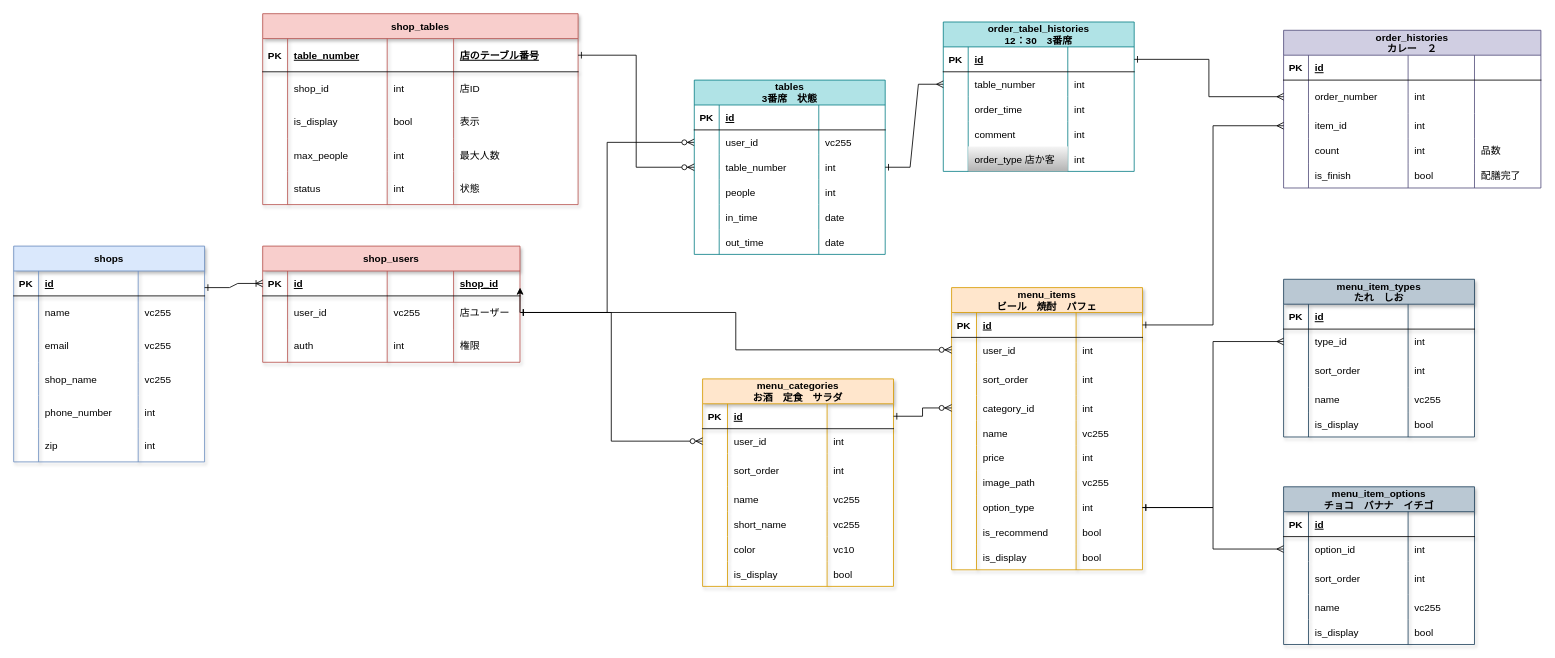
lafrin/haizen keeps this draw.io diagram as DB-ER.drawio. Above is the earlier version. Source tidied: cells renumbered, new cells numbered last; positions are measured from the earlier drawing's top-left corner, leaving out a move shared by most shapes. Both pictures are drawn from the tidied source at 83%, with x=0, y=0 at pixel (13, 13).
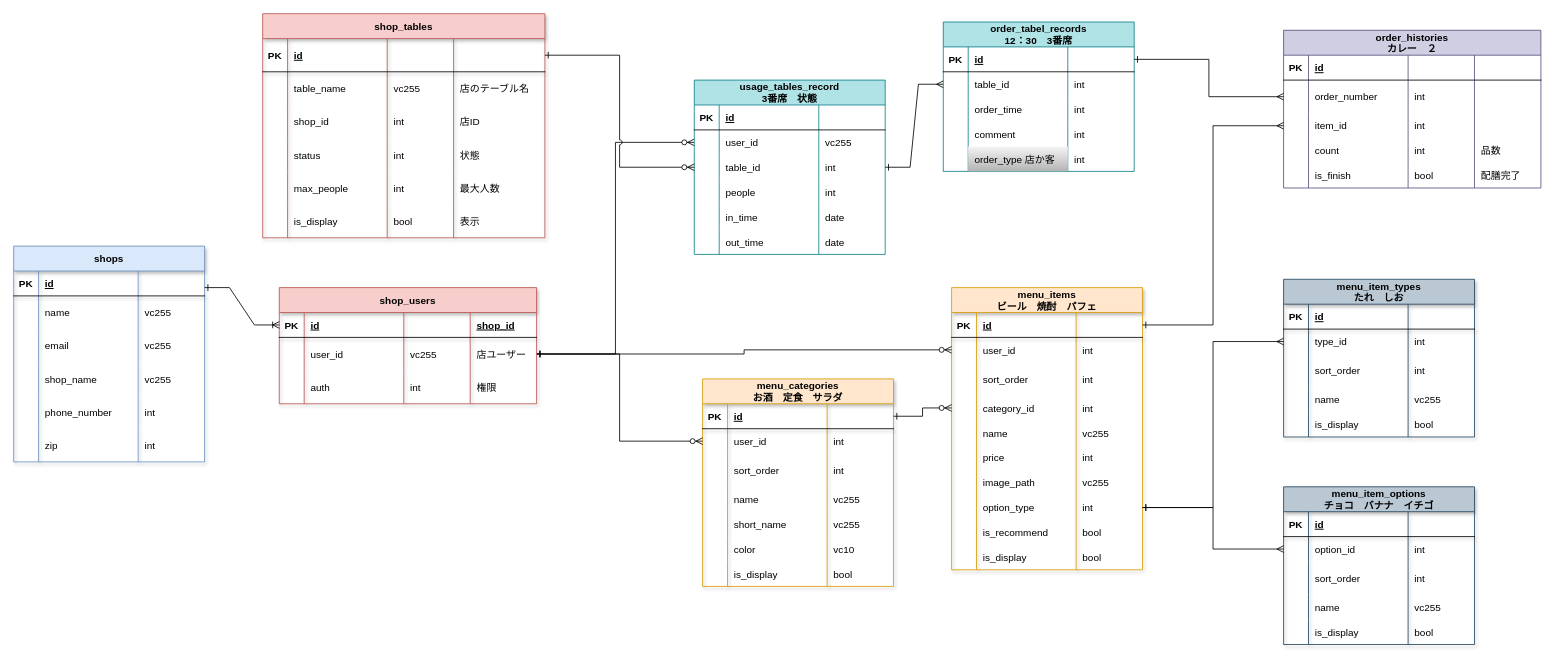
The same page after the edit.

Commit message:
DB-ER.drawio を更新します

The change refers to these unchanged cells:
```xml
<mxCell id="7" style="shape=partialRectangle;fillColor=none;points=[[0,0.5],[1,0.5]];portConstraint=eastwest;top=0;left=0;right=0;bottom=0;" parent="2" vertex="1">
  <mxGeometry y="60" width="230" height="30" as="geometry" />
</mxCell>
<mxCell id="127" style="shape=partialRectangle;fillColor=none;points=[[0,0.5],[1,0.5]];portConstraint=eastwest;top=0;left=0;right=0;bottom=0;" parent="122" vertex="1">
  <mxGeometry y="60" width="230" height="30" as="geometry" />
</mxCell>
<mxCell id="131" style="shape=partialRectangle;fillColor=none;points=[[0,0.5],[1,0.5]];portConstraint=eastwest;top=0;left=0;right=0;bottom=0;" parent="122" vertex="1">
  <mxGeometry y="90" width="230" height="30" as="geometry" />
</mxCell>
<mxCell id="226" style="shape=partialRectangle;fillColor=none;top=0;left=0;bottom=0;right=0;points=[[0,0.5],[1,0.5]];portConstraint=eastwest;shadow=1;" parent="220" vertex="1">
  <mxGeometry y="60" width="310" height="40" as="geometry" />
</mxCell>
```

Change to the diagram source:
```diff
@@
-    <mxCell id="2" value="order_tabel_histories&#10;12：30　3番席" style="shape=table;startSize=30;childLayout=tableLayout;rowLines=0;fontStyle=1;align=center;fillColor=#b0e3e6;strokeColor=#0e8088;" parent="1" vertex="1">
+    <mxCell id="2" value="order_tabel_records&#10;12：30　3番席" style="shape=table;startSize=30;childLayout=tableLayout;rowLines=0;fontStyle=1;align=center;fillColor=#b0e3e6;strokeColor=#0e8088;" parent="1" vertex="1">
       <mxGeometry x="1120" y="10" width="230" height="180" as="geometry" />
     </mxCell>
@@
-    <mxCell id="9" value="table_number" style="shape=partialRectangle;overflow=hidden;fillColor=none;top=0;left=0;bottom=0;right=0;align=left;spacingLeft=6;" parent="7" vertex="1">
+    <mxCell id="9" value="table_id" style="shape=partialRectangle;overflow=hidden;fillColor=none;top=0;left=0;bottom=0;right=0;align=left;spacingLeft=6;" parent="7" vertex="1">
       <mxGeometry x="30" width="120" height="30" as="geometry" />
     </mxCell>
@@
-    <mxCell id="121" style="edgeStyle=elbowEdgeStyle;fontSize=12;html=1;endArrow=ERzeroToMany;endFill=1;rounded=0;startArrow=ERone;startFill=0;exitX=1;exitY=0.5;exitDx=0;exitDy=0;" parent="1" edge="1" source="226" target="127">
+    <mxCell id="121" style="edgeStyle=elbowEdgeStyle;fontSize=12;html=1;endArrow=ERzeroToMany;endFill=1;rounded=0;startArrow=ERone;startFill=0;exitX=1;exitY=0.5;exitDx=0;exitDy=0;jumpStyle=arc;" parent="1" edge="1" source="226" target="127">
       <mxGeometry relative="1" as="geometry" />
     </mxCell>
-    <mxCell id="122" value="tables&#10;3番席　状態" style="shape=table;startSize=30;childLayout=tableLayout;rowLines=0;fontStyle=1;align=center;fillColor=#b0e3e6;strokeColor=#0e8088;" parent="1" vertex="1">
+    <mxCell id="122" value="usage_tables_record&#10;3番席　状態" style="shape=table;startSize=30;childLayout=tableLayout;rowLines=0;fontStyle=1;align=center;fillColor=#b0e3e6;strokeColor=#0e8088;" parent="1" vertex="1">
       <mxGeometry x="820" y="80" width="230" height="210" as="geometry" />
     </mxCell>
@@
-    <mxCell id="133" value="table_number" style="shape=partialRectangle;overflow=hidden;fillColor=none;top=0;left=0;bottom=0;right=0;align=left;spacingLeft=6;" parent="131" vertex="1">
+    <mxCell id="133" value="table_id" style="shape=partialRectangle;overflow=hidden;fillColor=none;top=0;left=0;bottom=0;right=0;align=left;spacingLeft=6;" parent="131" vertex="1">
       <mxGeometry x="30" width="120" height="30" as="geometry" />
     </mxCell>
@@
     <mxCell id="220" value="shop_users" style="shape=table;startSize=30;childLayout=tableLayout;rowLines=0;fontStyle=1;align=center;shadow=1;fillColor=#f8cecc;strokeColor=#b85450;" parent="1" vertex="1">
-      <mxGeometry x="300" y="280" width="310" height="140" as="geometry" />
+      <mxGeometry x="320" y="330" width="310" height="140" as="geometry" />
     </mxCell>
@@
-    <mxCell id="236" style="edgeStyle=orthogonalEdgeStyle;rounded=0;jettySize=auto;html=1;exitX=1;exitY=0.5;exitDx=0;exitDy=0;" parent="1" edge="1" source="226">
-      <mxGeometry relative="1" as="geometry">
-        <mxPoint x="610.1" y="330" as="targetPoint" />
-      </mxGeometry>
-    </mxCell>
@@
     <mxCell id="238" value="shop_tables" style="shape=table;startSize=30;childLayout=tableLayout;rowLines=0;fontStyle=1;align=center;shadow=1;fillColor=#f8cecc;strokeColor=#b85450;" parent="1" vertex="1">
-      <mxGeometry x="300" width="380" height="230" as="geometry" />
+      <mxGeometry x="300" width="340" height="270" as="geometry" />
     </mxCell>
     <mxCell id="239" style="shape=partialRectangle;fillColor=none;top=0;left=0;bottom=1;right=0;points=[[0,0.5],[1,0.5]];portConstraint=eastwest;shadow=1;" parent="238" vertex="1">
-      <mxGeometry y="30" width="380" height="40" as="geometry" />
+      <mxGeometry y="30" width="340" height="40" as="geometry" />
     </mxCell>
@@
-    <mxCell id="241" value="table_number" style="shape=partialRectangle;fillColor=none;top=0;left=0;bottom=0;right=0;align=left;spacingLeft=6;fontStyle=5;overflow=hidden;shadow=1;" parent="239" vertex="1">
+    <mxCell id="241" value="id" style="shape=partialRectangle;fillColor=none;top=0;left=0;bottom=0;right=0;align=left;spacingLeft=6;fontStyle=5;overflow=hidden;shadow=1;" parent="239" vertex="1">
       <mxGeometry x="30" width="120" height="40" as="geometry" />
     </mxCell>
@@
-    <mxCell id="243" value="店のテーブル番号" style="shape=partialRectangle;fillColor=none;top=0;left=0;bottom=0;right=0;align=left;spacingLeft=6;fontStyle=5;overflow=hidden;shadow=1;" parent="239" vertex="1">
-      <mxGeometry x="230" width="150" height="40" as="geometry" />
+    <mxCell id="243" style="shape=partialRectangle;fillColor=none;top=0;left=0;bottom=0;right=0;align=left;spacingLeft=6;fontStyle=5;overflow=hidden;shadow=1;" parent="239" vertex="1">
+      <mxGeometry x="230" width="110" height="40" as="geometry" />
     </mxCell>
+    <mxCell id="265" style="shape=partialRectangle;fillColor=none;top=0;left=0;bottom=0;right=0;shadow=1;" parent="238" vertex="1">
+      <mxGeometry y="70" width="340" height="40" as="geometry" />
+    </mxCell>
+    <mxCell id="266" style="shape=partialRectangle;fillColor=none;top=0;left=0;bottom=0;right=0;overflow=hidden;shadow=1;" parent="265" vertex="1">
+      <mxGeometry width="30" height="40" as="geometry" />
+    </mxCell>
+    <mxCell id="267" value="table_name" style="shape=partialRectangle;fillColor=none;top=0;left=0;bottom=0;right=0;align=left;spacingLeft=6;overflow=hidden;shadow=1;" parent="265" vertex="1">
+      <mxGeometry x="30" width="120" height="40" as="geometry" />
+    </mxCell>
+    <mxCell id="268" value="vc255" style="shape=partialRectangle;fillColor=none;top=0;left=0;bottom=0;right=0;align=left;spacingLeft=6;overflow=hidden;shadow=1;" parent="265" vertex="1">
+      <mxGeometry x="150" width="80" height="40" as="geometry" />
+    </mxCell>
+    <mxCell id="269" value="店のテーブル名" style="shape=partialRectangle;fillColor=none;top=0;left=0;bottom=0;right=0;align=left;spacingLeft=6;overflow=hidden;shadow=1;" parent="265" vertex="1">
+      <mxGeometry x="230" width="110" height="40" as="geometry" />
+    </mxCell>
     <mxCell id="244" style="shape=partialRectangle;fillColor=none;top=0;left=0;bottom=0;right=0;shadow=1;" parent="238" vertex="1">
-      <mxGeometry y="70" width="380" height="40" as="geometry" />
+      <mxGeometry y="110" width="340" height="40" as="geometry" />
     </mxCell>
@@
     <mxCell id="248" value="店ID" style="shape=partialRectangle;fillColor=none;top=0;left=0;bottom=0;right=0;align=left;spacingLeft=6;overflow=hidden;shadow=1;" parent="244" vertex="1">
-      <mxGeometry x="230" width="150" height="40" as="geometry" />
+      <mxGeometry x="230" width="110" height="40" as="geometry" />
     </mxCell>
+    <mxCell id="259" style="shape=partialRectangle;fillColor=none;top=0;left=0;bottom=0;right=0;shadow=1;" parent="238" vertex="1">
+      <mxGeometry y="150" width="340" height="40" as="geometry" />
+    </mxCell>
+    <mxCell id="260" style="shape=partialRectangle;fillColor=none;top=0;left=0;bottom=0;right=0;overflow=hidden;shadow=1;" parent="259" vertex="1">
+      <mxGeometry width="30" height="40" as="geometry" />
+    </mxCell>
+    <mxCell id="261" value="status" style="shape=partialRectangle;fillColor=none;top=0;left=0;bottom=0;right=0;align=left;spacingLeft=6;overflow=hidden;shadow=1;" parent="259" vertex="1">
+      <mxGeometry x="30" width="120" height="40" as="geometry" />
+    </mxCell>
+    <mxCell id="262" value="int" style="shape=partialRectangle;fillColor=none;top=0;left=0;bottom=0;right=0;align=left;spacingLeft=6;overflow=hidden;shadow=1;" parent="259" vertex="1">
+      <mxGeometry x="150" width="80" height="40" as="geometry" />
+    </mxCell>
+    <mxCell id="263" value="状態" style="shape=partialRectangle;fillColor=none;top=0;left=0;bottom=0;right=0;align=left;spacingLeft=6;overflow=hidden;shadow=1;" parent="259" vertex="1">
+      <mxGeometry x="230" width="110" height="40" as="geometry" />
+    </mxCell>
+    <mxCell id="254" style="shape=partialRectangle;fillColor=none;top=0;left=0;bottom=0;right=0;shadow=1;" parent="238" vertex="1">
+      <mxGeometry y="190" width="340" height="40" as="geometry" />
+    </mxCell>
+    <mxCell id="255" style="shape=partialRectangle;fillColor=none;top=0;left=0;bottom=0;right=0;overflow=hidden;shadow=1;" parent="254" vertex="1">
+      <mxGeometry width="30" height="40" as="geometry" />
+    </mxCell>
+    <mxCell id="256" value="max_people" style="shape=partialRectangle;fillColor=none;top=0;left=0;bottom=0;right=0;align=left;spacingLeft=6;overflow=hidden;shadow=1;" parent="254" vertex="1">
+      <mxGeometry x="30" width="120" height="40" as="geometry" />
+    </mxCell>
+    <mxCell id="257" value="int" style="shape=partialRectangle;fillColor=none;top=0;left=0;bottom=0;right=0;align=left;spacingLeft=6;overflow=hidden;shadow=1;" parent="254" vertex="1">
+      <mxGeometry x="150" width="80" height="40" as="geometry" />
+    </mxCell>
+    <mxCell id="258" value="最大人数" style="shape=partialRectangle;fillColor=none;top=0;left=0;bottom=0;right=0;align=left;spacingLeft=6;overflow=hidden;shadow=1;" parent="254" vertex="1">
+      <mxGeometry x="230" width="110" height="40" as="geometry" />
+    </mxCell>
     <mxCell id="249" style="shape=partialRectangle;fillColor=none;top=0;left=0;bottom=0;right=0;shadow=1;" parent="238" vertex="1">
-      <mxGeometry y="110" width="380" height="40" as="geometry" />
+      <mxGeometry y="230" width="340" height="40" as="geometry" />
     </mxCell>
@@
-    <mxCell id="251" value="is_display" style="shape=partialRectangle;fillColor=none;top=0;left=0;bottom=0;right=0;align=left;spacingLeft=6;overflow=hidden;shadow=1;" parent="249" vertex="1">
+    <mxCell id="251" value="is_display" style="shape=partialRectangle;fillColor=none;top=0;left=0;bottom=0;right=0;align=left;spacingLeft=6;overflow=hidden;shadow=1;flipH=1;" parent="249" vertex="1">
       <mxGeometry x="30" width="120" height="40" as="geometry" />
     </mxCell>
@@
     <mxCell id="253" value="表示" style="shape=partialRectangle;fillColor=none;top=0;left=0;bottom=0;right=0;align=left;spacingLeft=6;overflow=hidden;shadow=1;" parent="249" vertex="1">
-      <mxGeometry x="230" width="150" height="40" as="geometry" />
+      <mxGeometry x="230" width="110" height="40" as="geometry" />
     </mxCell>
-    <mxCell id="254" style="shape=partialRectangle;fillColor=none;top=0;left=0;bottom=0;right=0;shadow=1;" parent="238" vertex="1">
-      <mxGeometry y="150" width="380" height="40" as="geometry" />
-    </mxCell>
-    <mxCell id="255" style="shape=partialRectangle;fillColor=none;top=0;left=0;bottom=0;right=0;overflow=hidden;shadow=1;" parent="254" vertex="1">
-      <mxGeometry width="30" height="40" as="geometry" />
-    </mxCell>
-    <mxCell id="256" value="max_people" style="shape=partialRectangle;fillColor=none;top=0;left=0;bottom=0;right=0;align=left;spacingLeft=6;overflow=hidden;shadow=1;" parent="254" vertex="1">
-      <mxGeometry x="30" width="120" height="40" as="geometry" />
-    </mxCell>
-    <mxCell id="257" value="int" style="shape=partialRectangle;fillColor=none;top=0;left=0;bottom=0;right=0;align=left;spacingLeft=6;overflow=hidden;shadow=1;" parent="254" vertex="1">
-      <mxGeometry x="150" width="80" height="40" as="geometry" />
-    </mxCell>
-    <mxCell id="258" value="最大人数" style="shape=partialRectangle;fillColor=none;top=0;left=0;bottom=0;right=0;align=left;spacingLeft=6;overflow=hidden;shadow=1;" parent="254" vertex="1">
-      <mxGeometry x="230" width="150" height="40" as="geometry" />
-    </mxCell>
-    <mxCell id="259" style="shape=partialRectangle;fillColor=none;top=0;left=0;bottom=0;right=0;shadow=1;" parent="238" vertex="1">
-      <mxGeometry y="190" width="380" height="40" as="geometry" />
-    </mxCell>
-    <mxCell id="260" style="shape=partialRectangle;fillColor=none;top=0;left=0;bottom=0;right=0;overflow=hidden;shadow=1;" parent="259" vertex="1">
-      <mxGeometry width="30" height="40" as="geometry" />
-    </mxCell>
-    <mxCell id="261" value="status" style="shape=partialRectangle;fillColor=none;top=0;left=0;bottom=0;right=0;align=left;spacingLeft=6;overflow=hidden;shadow=1;" parent="259" vertex="1">
-      <mxGeometry x="30" width="120" height="40" as="geometry" />
-    </mxCell>
-    <mxCell id="262" value="int" style="shape=partialRectangle;fillColor=none;top=0;left=0;bottom=0;right=0;align=left;spacingLeft=6;overflow=hidden;shadow=1;" parent="259" vertex="1">
-      <mxGeometry x="150" width="80" height="40" as="geometry" />
-    </mxCell>
-    <mxCell id="263" value="状態" style="shape=partialRectangle;fillColor=none;top=0;left=0;bottom=0;right=0;align=left;spacingLeft=6;overflow=hidden;shadow=1;" parent="259" vertex="1">
-      <mxGeometry x="230" width="150" height="40" as="geometry" />
-    </mxCell>
-    <mxCell id="264" style="edgeStyle=elbowEdgeStyle;fontSize=12;html=1;endArrow=ERzeroToMany;endFill=1;rounded=0;startArrow=ERone;startFill=0;entryX=0;entryY=0.5;entryDx=0;entryDy=0;" parent="1" edge="1" target="131">
-      <mxGeometry relative="1" as="geometry">
-        <mxPoint x="680" y="50" as="sourcePoint" />
-      </mxGeometry>
+    <mxCell id="264" style="edgeStyle=elbowEdgeStyle;fontSize=12;html=1;endArrow=ERzeroToMany;endFill=1;rounded=0;startArrow=ERone;startFill=0;entryX=0;entryY=0.5;entryDx=0;entryDy=0;jumpStyle=arc;exitX=1;exitY=0.5;exitDx=0;exitDy=0;" parent="1" edge="1" source="239" target="131">
+      <mxGeometry relative="1" as="geometry" />
     </mxCell>
```
